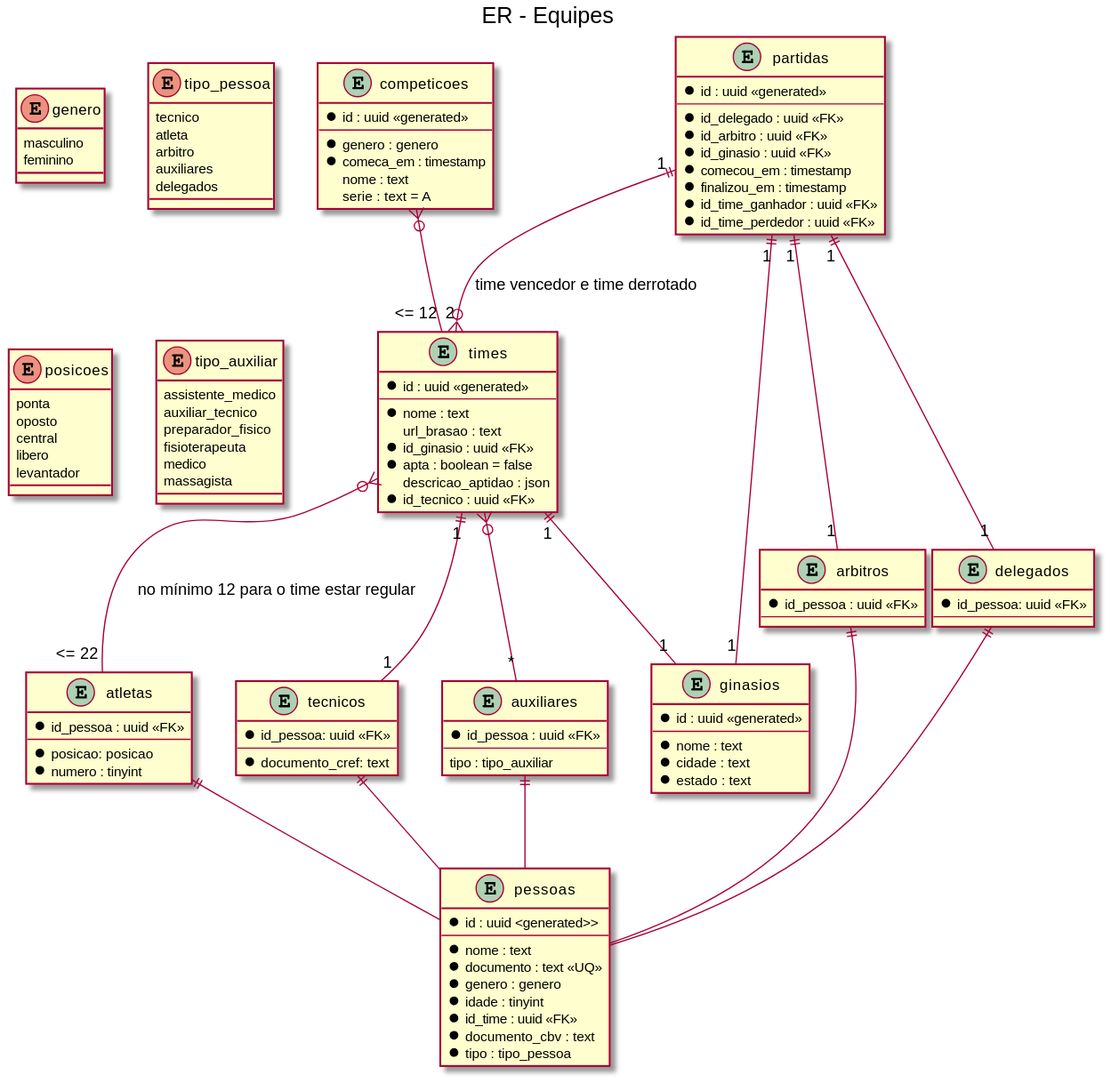
Before: out/docs/equipes/er.svg, a diagram exported from PlantUML (josecleiton/volleyball-api). Source of this version:
```plantuml
@startuml er
title ER - Equipes

enum genero{
	masculino
	feminino
}

entity competicoes {
	* id : uuid <<generated>>
	--
	* genero : genero
	* comeca_em : timestamp
	nome : text
	serie : text = A
}

entity times {
	* id : uuid <<generated>>
	--
	* nome : text
	url_brasao : text
	* id_ginasio : uuid <<FK>>
	* apta : boolean = false
	descricao_aptidao : json
	* id_tecnico : uuid <<FK>>
}

entity ginasios {
	* id : uuid <<generated>>
	--
	* nome : text
	* cidade : text
	* estado : text
}

enum tipo_pessoa {
	tecnico
	atleta
	arbitro
	auxiliares
	delegados
}

entity pessoas {
	* id : uuid <generated>>
	--
	* nome : text
	* documento : text <<UQ>>
	* genero : genero
	* idade : tinyint
	* id_time : uuid <<FK>>
	* documento_cbv : text
	* tipo : tipo_pessoa
}

enum posicoes {
	ponta
	oposto
	central
	libero
	levantador
}

entity atletas{
	* id_pessoa : uuid <<FK>>
	--
	* posicao: posicao
	* numero : tinyint
}

entity tecnicos{
	* id_pessoa: uuid <<FK>>
	--
	* documento_cref: text
}

entity arbitros {
	* id_pessoa : uuid <<FK>>
	--
}

enum tipo_auxiliar {
	assistente_medico
	auxiliar_tecnico
	preparador_fisico
	fisioterapeuta
	medico
	massagista
}

entity auxiliares {
	* id_pessoa : uuid <<FK>>
	--
	tipo : tipo_auxiliar
}

entity delegados {
	* id_pessoa: uuid <<FK>>
	--
}

entity partidas {
	* id : uuid <<generated>>
	--
	* id_delegado : uuid <<FK>>
	* id_arbitro : uuid <<FK>>
	* id_ginasio : uuid <<FK>>
	* comecou_em : timestamp
	* finalizou_em : timestamp
	* id_time_ganhador : uuid <<FK>>
	* id_time_perdedor : uuid <<FK>>
}

competicoes }o-- "<= 12" times
times }o-- "<= 22" atletas : no mínimo 12 para o time estar regular
times "1" ||-- "1" tecnicos
times }o-- "*" auxiliares
times "1" ||-- "1" ginasios
partidas "1" ||-- "1" arbitros
partidas "1" ||-- "1" delegados
partidas "1" ||-- "1" ginasios
partidas "1" ||--o{ "2" times : time vencedor e time derrotado

atletas ||-- pessoas
tecnicos ||-- pessoas
auxiliares ||-- pessoas
arbitros ||-- pessoas
delegados ||-- pessoas

@enduml
```
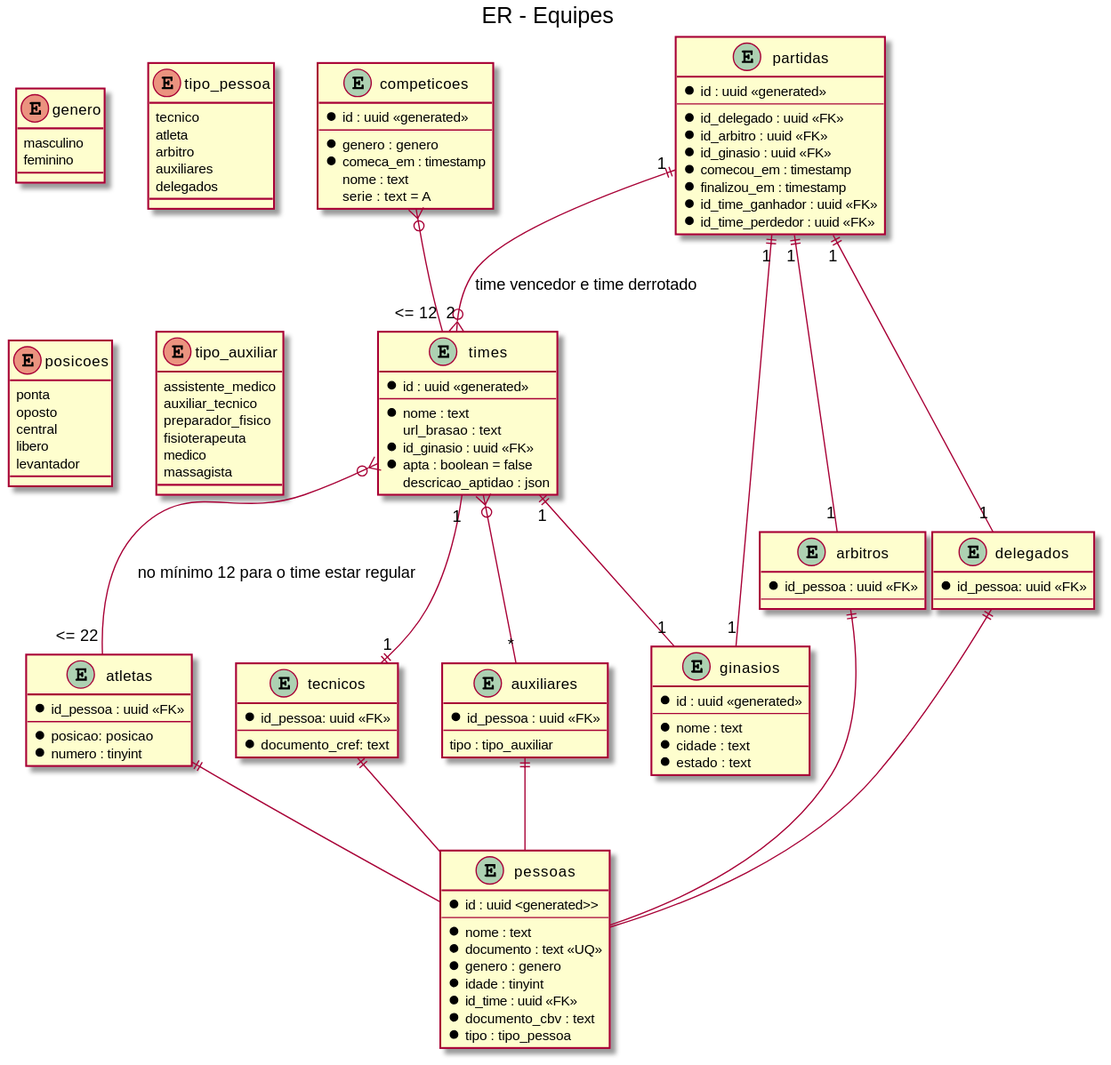
The same diagram one commit later.

Diff of the diagram source:
```diff
@@ -23,7 +23,6 @@
 	* id_ginasio : uuid <<FK>>
 	* apta : boolean = false
 	descricao_aptidao : json
-	* id_tecnico : uuid <<FK>>
 }
 
 entity ginasios {
@@ -114,7 +113,7 @@
 
 competicoes }o-- "<= 12" times
 times }o-- "<= 22" atletas : no mínimo 12 para o time estar regular
-times "1" ||-- "1" tecnicos
+times "1" --|| "1" tecnicos
 times }o-- "*" auxiliares
 times "1" ||-- "1" ginasios
 partidas "1" ||-- "1" arbitros
```
